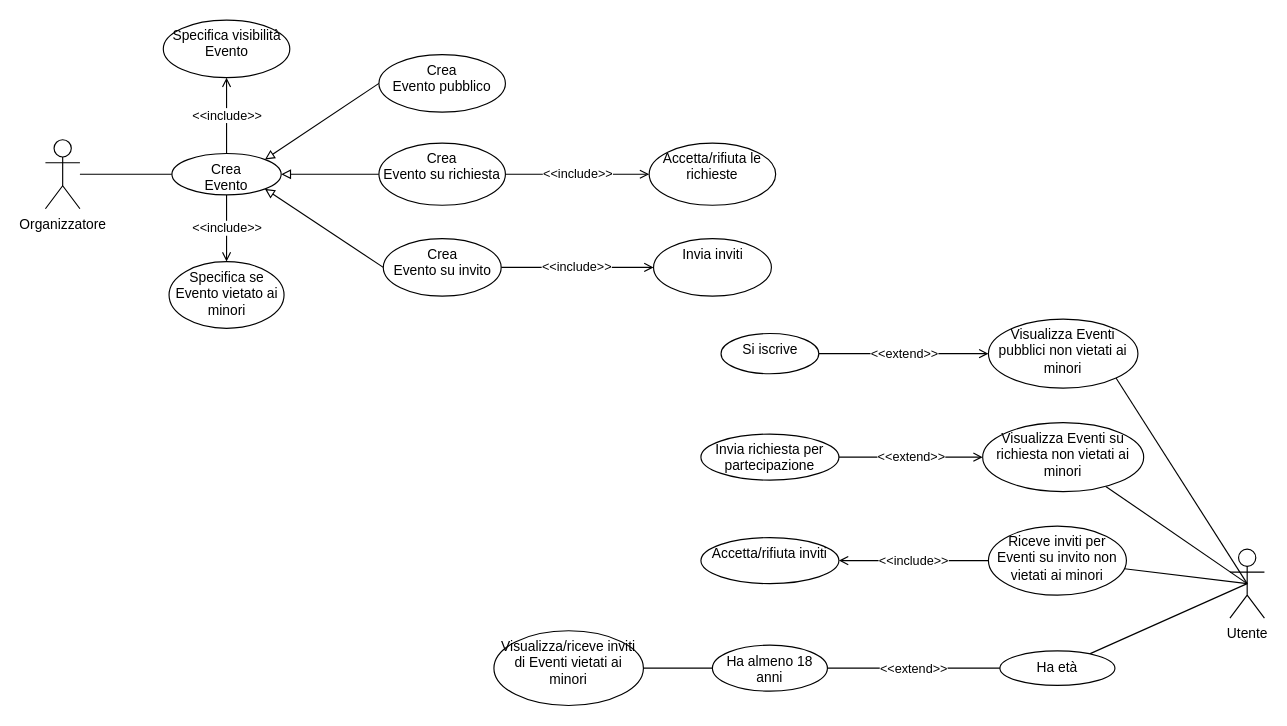
Before: UseCase/RF08_Visibilità_Evento/Visibilità_Evento.drawio in 4spot-team/documentation, a draw.io diagram. Source tidied: cells renumbered, new cells numbered last; positions are measured from the earlier drawing's top-left corner, leaving out a move shared by most shapes. Both pictures are drawn from the tidied source at 115%, with x=0, y=0 at pixel (45, 20).
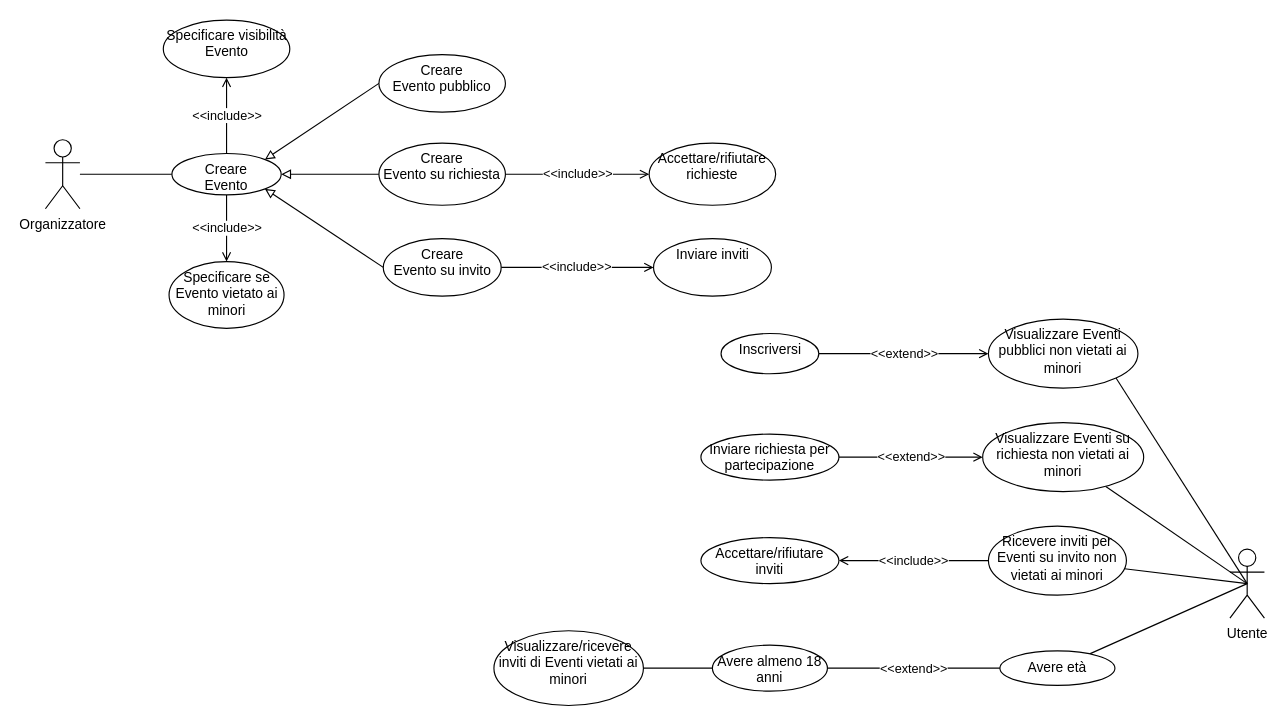
After the change.

The edit, as a diff of the source:
```diff
@@
-    <mxCell id="9" value="Crea&lt;br&gt;Evento" style="ellipse;whiteSpace=wrap;html=1;verticalAlign=top;" parent="1" vertex="1">
+    <mxCell id="9" value="Creare&lt;br&gt;Evento" style="ellipse;whiteSpace=wrap;html=1;verticalAlign=top;" parent="1" vertex="1">
       <mxGeometry x="110" y="116" width="95" height="36" as="geometry" />
     </mxCell>
-    <mxCell id="10" value="Crea&lt;br&gt;Evento pubblico" style="ellipse;whiteSpace=wrap;html=1;verticalAlign=top;" parent="1" vertex="1">
+    <mxCell id="10" value="Creare&lt;br&gt;Evento pubblico" style="ellipse;whiteSpace=wrap;html=1;verticalAlign=top;" parent="1" vertex="1">
       <mxGeometry x="290" y="30" width="110" height="50" as="geometry" />
     </mxCell>
@@
-    <mxCell id="13" value="Crea&lt;br&gt;Evento su richiesta" style="ellipse;whiteSpace=wrap;html=1;verticalAlign=top;" parent="1" vertex="1">
+    <mxCell id="13" value="Creare&lt;br&gt;Evento su richiesta" style="ellipse;whiteSpace=wrap;html=1;verticalAlign=top;" parent="1" vertex="1">
       <mxGeometry x="290" y="107" width="110" height="54" as="geometry" />
     </mxCell>
@@
-    <mxCell id="16" value="Crea&lt;br&gt;Evento su invito" style="ellipse;whiteSpace=wrap;html=1;verticalAlign=top;" parent="1" vertex="1">
+    <mxCell id="16" value="Creare&lt;br&gt;Evento su invito" style="ellipse;whiteSpace=wrap;html=1;verticalAlign=top;" parent="1" vertex="1">
       <mxGeometry x="293.8" y="190" width="102.5" height="50" as="geometry" />
     </mxCell>
-    <mxCell id="17" value="Specifica visibilità Evento" style="ellipse;whiteSpace=wrap;html=1;verticalAlign=top;" parent="1" vertex="1">
+    <mxCell id="17" value="Specificare visibilità Evento" style="ellipse;whiteSpace=wrap;html=1;verticalAlign=top;" parent="1" vertex="1">
       <mxGeometry x="102.5" width="110" height="50" as="geometry" />
     </mxCell>
-    <mxCell id="18" value="Accetta/rifiuta le richieste" style="ellipse;whiteSpace=wrap;html=1;verticalAlign=top;" parent="1" vertex="1">
+    <mxCell id="18" value="Accettare/rifiutare richieste" style="ellipse;whiteSpace=wrap;html=1;verticalAlign=top;" parent="1" vertex="1">
       <mxGeometry x="525" y="107" width="110" height="54" as="geometry" />
     </mxCell>
-    <mxCell id="19" value="Invia inviti" style="ellipse;whiteSpace=wrap;html=1;verticalAlign=top;" parent="1" vertex="1">
+    <mxCell id="19" value="Inviare inviti" style="ellipse;whiteSpace=wrap;html=1;verticalAlign=top;" parent="1" vertex="1">
       <mxGeometry x="528.8" y="190" width="102.5" height="50" as="geometry" />
     </mxCell>
@@
-    <mxCell id="21" value="Visualizza Eventi pubblici non vietati ai minori" style="ellipse;whiteSpace=wrap;html=1;verticalAlign=top;" parent="1" vertex="1">
+    <mxCell id="21" value="Visualizzare Eventi pubblici non vietati ai minori" style="ellipse;whiteSpace=wrap;html=1;verticalAlign=top;" parent="1" vertex="1">
       <mxGeometry x="820" y="260" width="130" height="60" as="geometry" />
     </mxCell>
@@
-    <mxCell id="24" value="Visualizza Eventi su richiesta non vietati ai minori" style="ellipse;whiteSpace=wrap;html=1;verticalAlign=top;" parent="1" vertex="1">
+    <mxCell id="24" value="Visualizzare Eventi su richiesta non vietati ai minori" style="ellipse;whiteSpace=wrap;html=1;verticalAlign=top;" parent="1" vertex="1">
       <mxGeometry x="815" y="350" width="140" height="60" as="geometry" />
     </mxCell>
@@
-    <mxCell id="27" value="Riceve inviti per Eventi su invito non vietati ai minori" style="ellipse;whiteSpace=wrap;html=1;verticalAlign=top;" parent="1" vertex="1">
+    <mxCell id="27" value="Ricevere inviti per Eventi su invito non vietati ai minori" style="ellipse;whiteSpace=wrap;html=1;verticalAlign=top;" parent="1" vertex="1">
       <mxGeometry x="820" y="440" width="120" height="60" as="geometry" />
     </mxCell>
-    <mxCell id="28" value="Si iscrive" style="ellipse;whiteSpace=wrap;html=1;verticalAlign=top;" parent="1" vertex="1">
+    <mxCell id="28" value="Inscriversi" style="ellipse;whiteSpace=wrap;html=1;verticalAlign=top;" parent="1" vertex="1">
       <mxGeometry x="587.5" y="272.5" width="85" height="35" as="geometry" />
     </mxCell>
-    <mxCell id="29" value="Invia richiesta per partecipazione" style="ellipse;whiteSpace=wrap;html=1;verticalAlign=top;" parent="1" vertex="1">
+    <mxCell id="29" value="Inviare richiesta per partecipazione" style="ellipse;whiteSpace=wrap;html=1;verticalAlign=top;" parent="1" vertex="1">
       <mxGeometry x="570" y="360" width="120" height="40" as="geometry" />
     </mxCell>
-    <mxCell id="30" value="Accetta/rifiuta inviti" style="ellipse;whiteSpace=wrap;html=1;verticalAlign=top;" parent="1" vertex="1">
+    <mxCell id="30" value="Accettare/rifiutare inviti" style="ellipse;whiteSpace=wrap;html=1;verticalAlign=top;" parent="1" vertex="1">
       <mxGeometry x="570" y="450" width="120" height="40" as="geometry" />
     </mxCell>
-    <mxCell id="31" value="Specifica se Evento vietato ai minori" style="ellipse;whiteSpace=wrap;html=1;verticalAlign=top;" parent="1" vertex="1">
+    <mxCell id="31" value="Specificare se Evento vietato ai minori" style="ellipse;whiteSpace=wrap;html=1;verticalAlign=top;" parent="1" vertex="1">
       <mxGeometry x="107.5" y="210" width="100" height="58" as="geometry" />
     </mxCell>
@@
-    <mxCell id="33" value="Ha età" style="ellipse;whiteSpace=wrap;html=1;verticalAlign=top;" parent="1" vertex="1">
+    <mxCell id="33" value="Avere età" style="ellipse;whiteSpace=wrap;html=1;verticalAlign=top;" parent="1" vertex="1">
       <mxGeometry x="830" y="548.5" width="100" height="30" as="geometry" />
     </mxCell>
@@
-    <mxCell id="36" value="Ha almeno 18 anni" style="ellipse;whiteSpace=wrap;html=1;verticalAlign=top;" parent="1" vertex="1">
+    <mxCell id="36" value="Avere almeno 18 anni" style="ellipse;whiteSpace=wrap;html=1;verticalAlign=top;" parent="1" vertex="1">
       <mxGeometry x="580" y="543.5" width="100" height="40" as="geometry" />
     </mxCell>
-    <mxCell id="37" value="Visualizza/riceve inviti di Eventi vietati ai minori" style="ellipse;whiteSpace=wrap;html=1;verticalAlign=top;" parent="1" vertex="1">
+    <mxCell id="37" value="Visualizzare/ricevere inviti di Eventi vietati ai minori" style="ellipse;whiteSpace=wrap;html=1;verticalAlign=top;" parent="1" vertex="1">
       <mxGeometry x="390" y="531" width="130" height="65" as="geometry" />
     </mxCell>
```
